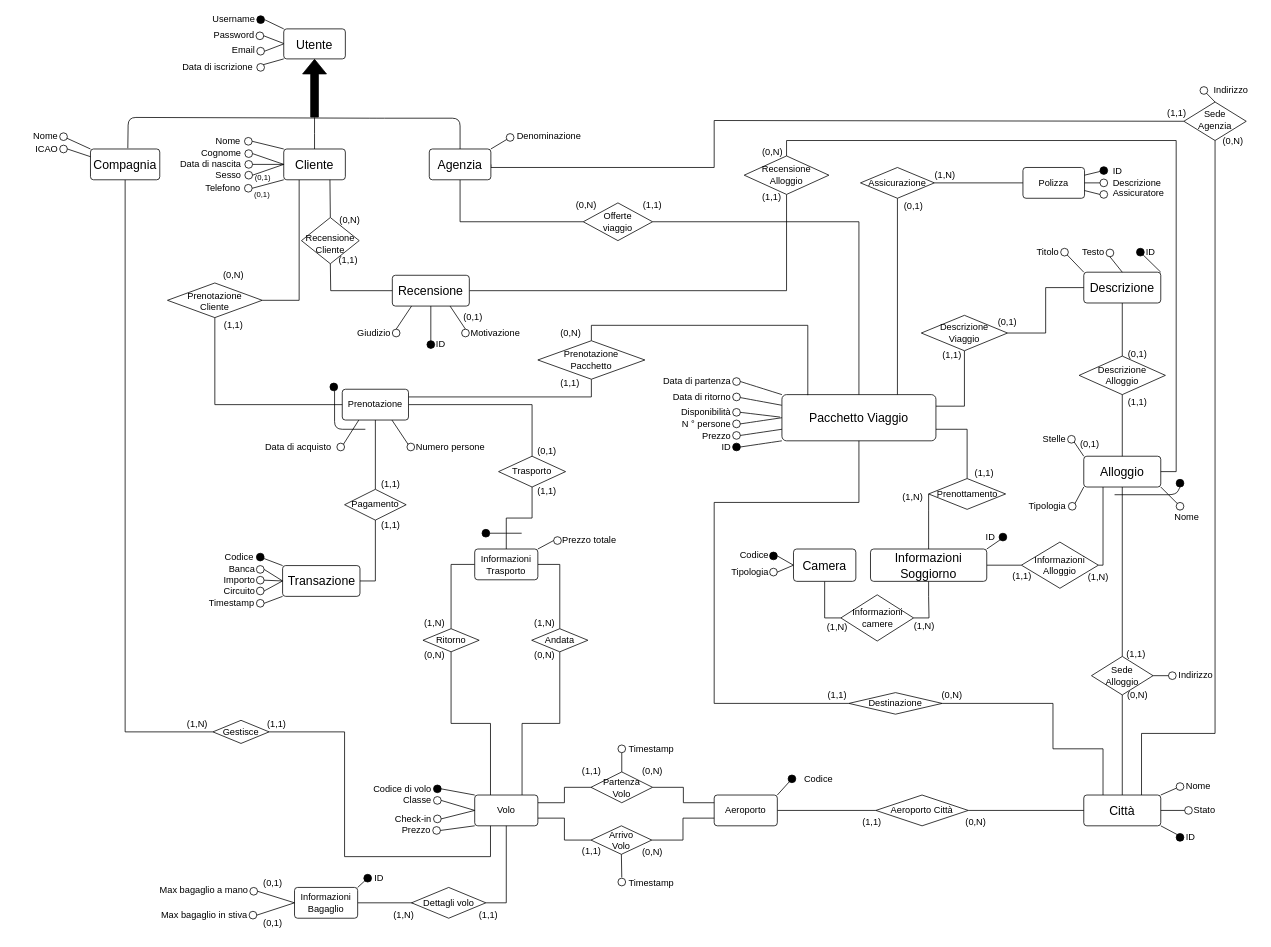
bustre/Easy-travel keeps this draw.io diagram as page "ER - Concettuale" (1 of 3) of E-R/E-R.drawio. Above is the earlier version. Source tidied: cells renumbered, new cells numbered last; positions are measured from the earlier drawing's top-left corner, leaving out a move shared by most shapes. Both pictures are drawn from the tidied source at 77%, with x=0, y=0 at pixel (13, 15).
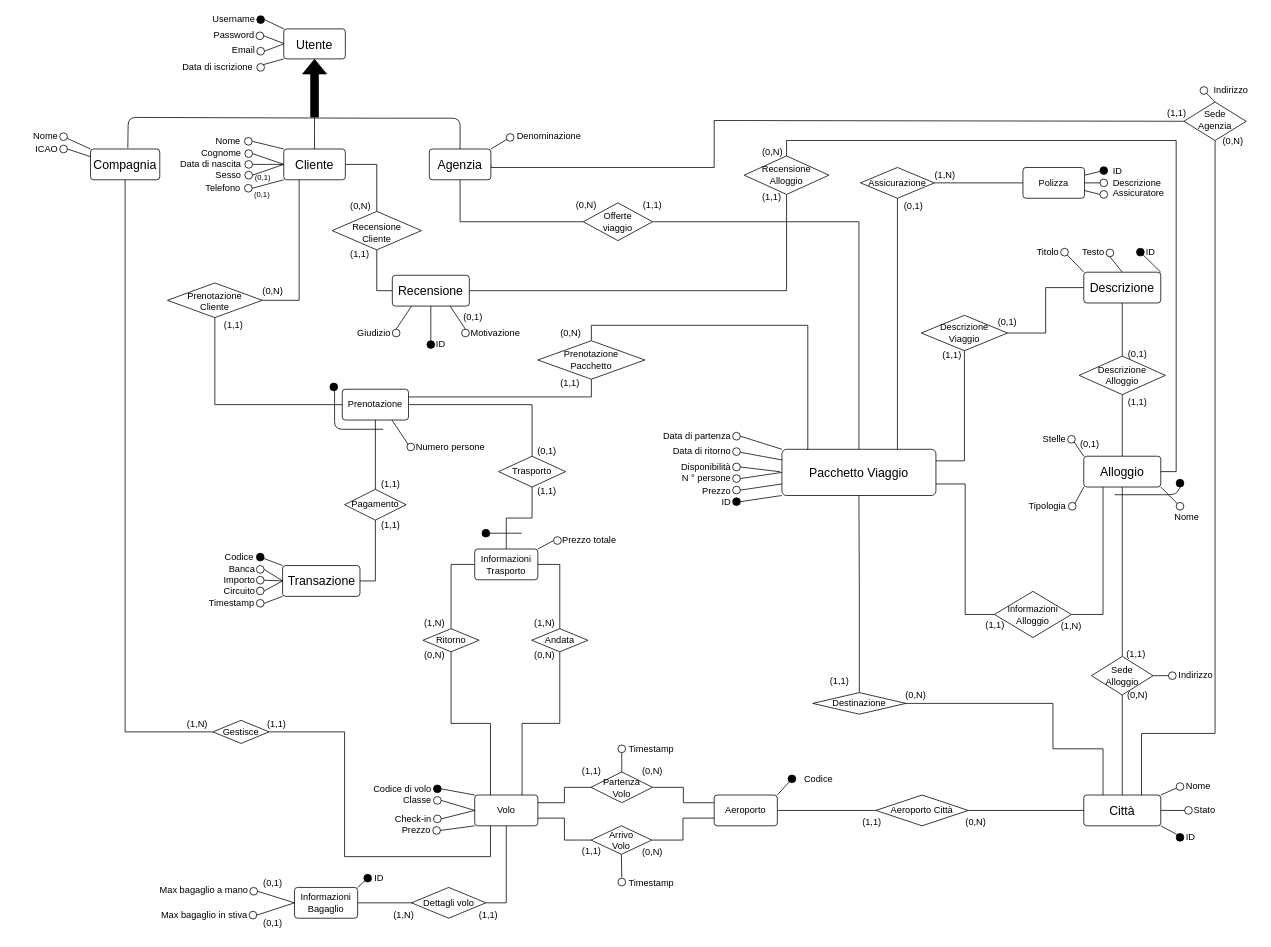
The same diagram, later.

Unchanged cells that the change refers to:
```xml
<mxCell id="26" value="Alloggio" style="rounded=1;arcSize=10;whiteSpace=wrap;align=center;fontSize=16;" parent="1" vertex="1">
  <mxGeometry x="1390" y="573" width="100" height="40" as="geometry" />
</mxCell>
<mxCell id="40" value="Cliente" style="rounded=1;arcSize=10;whiteSpace=wrap;align=center;fontSize=16;" parent="1" vertex="1">
  <mxGeometry x="351" y="174" width="80" height="40" as="geometry" />
</mxCell>
<mxCell id="72" value="Recensione" style="rounded=1;arcSize=10;whiteSpace=wrap;align=center;fontSize=16;" parent="1" vertex="1">
  <mxGeometry x="492" y="338" width="100" height="40" as="geometry" />
</mxCell>
<mxCell id="85" value="Prenotazione" style="rounded=1;arcSize=10;whiteSpace=wrap;align=center;" parent="1" vertex="1">
  <mxGeometry x="427" y="486" width="86" height="40" as="geometry" />
</mxCell>
```

What changed in the source:
```diff
@@
-    <mxCell id="3" style="edgeStyle=orthogonalEdgeStyle;rounded=0;jettySize=auto;exitX=1;exitY=0.75;exitDx=0;exitDy=0;endArrow=none;endFill=0;" parent="1" edge="1" source="4" target="212">
+    <mxCell id="3" style="edgeStyle=orthogonalEdgeStyle;rounded=0;jettySize=auto;exitX=1;exitY=0.75;exitDx=0;exitDy=0;endArrow=none;endFill=0;entryX=0;entryY=0.5;entryDx=0;entryDy=0;" parent="1" edge="1" source="4" target="216">
       <mxGeometry relative="1" as="geometry" />
     </mxCell>
     <mxCell id="4" value="Pacchetto Viaggio" style="rounded=1;arcSize=10;whiteSpace=wrap;align=center;fontSize=16;" parent="1" vertex="1">
-      <mxGeometry x="998" y="493" width="200" height="60" as="geometry" />
+      <mxGeometry x="998" y="564" width="200" height="60" as="geometry" />
     </mxCell>
@@
     <mxCell id="6" style="ellipse;whiteSpace=wrap;fontSize=12;labelBackgroundColor=#000000;fillColor=#000000;" parent="1" vertex="1">
-      <mxGeometry x="934" y="556" width="10" height="10" as="geometry" />
+      <mxGeometry x="934" y="627" width="10" height="10" as="geometry" />
     </mxCell>
     <mxCell id="7" value="ID" style="text;strokeColor=none;fillColor=none;align=right;verticalAlign=middle;whiteSpace=wrap;rounded=0;fontSize=12;" parent="1" vertex="1">
-      <mxGeometry x="824" y="557" width="110" height="10" as="geometry" />
+      <mxGeometry x="824" y="628" width="110" height="10" as="geometry" />
     </mxCell>
     <mxCell id="8" style="ellipse;whiteSpace=wrap;fontSize=12;" parent="1" vertex="1">
-      <mxGeometry x="934" y="541" width="10" height="10" as="geometry" />
+      <mxGeometry x="934" y="612" width="10" height="10" as="geometry" />
     </mxCell>
     <mxCell id="9" value="Prezzo" style="text;strokeColor=none;fillColor=none;align=right;verticalAlign=middle;whiteSpace=wrap;rounded=0;fontSize=12;" parent="1" vertex="1">
-      <mxGeometry x="824" y="542" width="110" height="10" as="geometry" />
+      <mxGeometry x="824" y="613" width="110" height="10" as="geometry" />
     </mxCell>
     <mxCell id="10" style="ellipse;whiteSpace=wrap;fontSize=12;" parent="1" vertex="1">
-      <mxGeometry x="934" y="511" width="10" height="10" as="geometry" />
+      <mxGeometry x="934" y="582" width="10" height="10" as="geometry" />
     </mxCell>
     <mxCell id="11" value="Disponibilità" style="text;strokeColor=none;fillColor=none;align=right;verticalAlign=middle;whiteSpace=wrap;rounded=0;fontSize=12;" parent="1" vertex="1">
-      <mxGeometry x="824" y="511" width="110" height="10" as="geometry" />
+      <mxGeometry x="824" y="582" width="110" height="10" as="geometry" />
     </mxCell>
     <mxCell id="12" style="ellipse;whiteSpace=wrap;fontSize=12;" parent="1" vertex="1">
-      <mxGeometry x="934" y="491" width="10" height="10" as="geometry" />
+      <mxGeometry x="934" y="562" width="10" height="10" as="geometry" />
     </mxCell>
     <mxCell id="13" value="Data di ritorno" style="text;strokeColor=none;fillColor=none;align=right;verticalAlign=middle;whiteSpace=wrap;rounded=0;fontSize=12;" parent="1" vertex="1">
-      <mxGeometry x="824" y="491" width="110" height="10" as="geometry" />
+      <mxGeometry x="824" y="562" width="110" height="10" as="geometry" />
     </mxCell>
     <mxCell id="14" style="ellipse;whiteSpace=wrap;fontSize=12;" parent="1" vertex="1">
-      <mxGeometry x="934" y="471" width="10" height="10" as="geometry" />
+      <mxGeometry x="934" y="542" width="10" height="10" as="geometry" />
     </mxCell>
     <mxCell id="15" value="Data di partenza" style="text;strokeColor=none;fillColor=none;align=right;verticalAlign=middle;whiteSpace=wrap;rounded=0;fontSize=12;" parent="1" vertex="1">
-      <mxGeometry x="824" y="471" width="110" height="10" as="geometry" />
+      <mxGeometry x="824" y="542" width="110" height="10" as="geometry" />
     </mxCell>
@@
     <mxCell id="20" style="ellipse;whiteSpace=wrap;fontSize=12;" parent="1" vertex="1">
-      <mxGeometry x="934" y="526" width="10" height="10" as="geometry" />
+      <mxGeometry x="934" y="597" width="10" height="10" as="geometry" />
     </mxCell>
     <mxCell id="21" value="N ° persone" style="text;strokeColor=none;fillColor=none;align=right;verticalAlign=middle;whiteSpace=wrap;rounded=0;fontSize=12;" parent="1" vertex="1">
-      <mxGeometry x="824" y="526" width="110" height="10" as="geometry" />
+      <mxGeometry x="824" y="597" width="110" height="10" as="geometry" />
     </mxCell>
@@
+    <mxCell id="329" style="edgeStyle=orthogonalEdgeStyle;rounded=0;jettySize=auto;html=1;exitX=1;exitY=0.5;exitDx=0;exitDy=0;entryX=0.5;entryY=0;entryDx=0;entryDy=0;endArrow=none;endFill=0;" parent="1" edge="1" source="40" target="70">
+      <mxGeometry relative="1" as="geometry" />
+    </mxCell>
@@
-    <mxCell id="56" style="endArrow=none;rounded=0;exitX=1;exitY=0;exitDx=0;exitDy=0;entryX=0.25;entryY=1;entryDx=0;entryDy=0;" parent="1" edge="1" source="57" target="85">
-      <mxGeometry relative="1" as="geometry" />
-    </mxCell>
-    <mxCell id="57" style="ellipse;whiteSpace=wrap;fillColor=none;" parent="1" vertex="1">
-      <mxGeometry x="420" y="556" width="10" height="10" as="geometry" />
-    </mxCell>
-    <mxCell id="58" value="Data di acquisto" style="text;strokeColor=none;fillColor=none;align=left;verticalAlign=middle;whiteSpace=wrap;rounded=0;" parent="1" vertex="1">
-      <mxGeometry x="325.2" y="556" width="100" height="10" as="geometry" />
-    </mxCell>
@@
-    <mxCell id="69" style="endArrow=none;rounded=0;entryX=0.75;entryY=1;entryDx=0;entryDy=0;exitX=0.5;exitY=0;exitDx=0;exitDy=0;" parent="1" edge="1" source="70" target="40">
-      <mxGeometry relative="1" as="geometry" />
-    </mxCell>
+    <mxCell id="330" style="edgeStyle=orthogonalEdgeStyle;rounded=0;jettySize=auto;html=1;exitX=0.5;exitY=1;exitDx=0;exitDy=0;entryX=0;entryY=0.5;entryDx=0;entryDy=0;endArrow=none;endFill=0;" parent="1" edge="1" source="70" target="72">
+      <mxGeometry relative="1" as="geometry" />
+    </mxCell>
-    <mxCell id="70" value="Recensione&#10;Cliente" style="shape=rhombus;perimeter=rhombusPerimeter;whiteSpace=wrap;align=center;fontSize=12;spacingTop=8;" parent="1" vertex="1">
-      <mxGeometry x="374" y="263" width="75" height="60" as="geometry" />
+    <mxCell id="70" value="Recensione&#10;Cliente" style="shape=rhombus;perimeter=rhombusPerimeter;whiteSpace=wrap;align=center;fontSize=12;spacingTop=5;" parent="1" vertex="1">
+      <mxGeometry x="413.8" y="255" width="116" height="50" as="geometry" />
     </mxCell>
@@
-    <mxCell id="75" style="endArrow=none;rounded=0;exitX=0;exitY=0.5;exitDx=0;exitDy=0;entryX=0.5;entryY=1;entryDx=0;entryDy=0;" parent="1" edge="1" source="72" target="70">
-      <mxGeometry relative="1" as="geometry">
-        <Array as="points">
-          <mxPoint x="412" y="358" />
-        </Array>
-      </mxGeometry>
-    </mxCell>
@@
     <mxCell id="114" value="(0,N)" style="text;strokeColor=none;fillColor=none;align=center;verticalAlign=middle;whiteSpace=wrap;rounded=0;" parent="1" vertex="1">
-      <mxGeometry x="407" y="251" width="60" height="30" as="geometry" />
+      <mxGeometry x="421" y="233" width="60" height="30" as="geometry" />
     </mxCell>
     <mxCell id="115" value="(1,1)" style="text;strokeColor=none;fillColor=none;align=center;verticalAlign=middle;whiteSpace=wrap;rounded=0;" parent="1" vertex="1">
-      <mxGeometry x="405" y="304" width="60" height="30" as="geometry" />
+      <mxGeometry x="420" y="296" width="60" height="30" as="geometry" />
     </mxCell>
@@
     <mxCell id="126" value="(0,N)" style="text;strokeColor=none;fillColor=none;align=center;verticalAlign=middle;whiteSpace=wrap;rounded=0;" parent="1" vertex="1">
-      <mxGeometry x="256" y="323" width="60" height="30" as="geometry" />
+      <mxGeometry x="307" y="344" width="60" height="30" as="geometry" />
     </mxCell>
@@
-    <mxCell id="187" value="Codice" style="text;strokeColor=none;fillColor=none;align=right;verticalAlign=middle;whiteSpace=wrap;rounded=0;" parent="1" vertex="1">
-      <mxGeometry x="923" y="693.5" width="60" height="16" as="geometry" />
-    </mxCell>
@@
-    <mxCell id="197" style="ellipse;whiteSpace=wrap;fillColor=#000000;" parent="1" vertex="1">
-      <mxGeometry x="982" y="697.5" width="10" height="10" as="geometry" />
-    </mxCell>
-    <mxCell id="198" value="Tipologia" style="text;strokeColor=none;fillColor=none;align=right;verticalAlign=middle;whiteSpace=wrap;rounded=0;" parent="1" vertex="1">
-      <mxGeometry x="923" y="715.5" width="60" height="16" as="geometry" />
-    </mxCell>
@@
-    <mxCell id="203" style="rounded=0;jettySize=auto;entryX=1;entryY=0.5;entryDx=0;entryDy=0;endArrow=none;endFill=0;exitX=0;exitY=0.5;exitDx=0;exitDy=0;" parent="1" edge="1" source="206" target="197">
-      <mxGeometry relative="1" as="geometry" />
-    </mxCell>
-    <mxCell id="204" style="rounded=0;jettySize=auto;exitX=0;exitY=0.5;exitDx=0;exitDy=0;entryX=1;entryY=0.5;entryDx=0;entryDy=0;endArrow=none;endFill=0;" parent="1" edge="1" source="206" target="207">
-      <mxGeometry relative="1" as="geometry" />
-    </mxCell>
-    <mxCell id="205" style="edgeStyle=orthogonalEdgeStyle;rounded=0;jettySize=auto;exitX=0.5;exitY=1;exitDx=0;exitDy=0;entryX=0;entryY=0.5;entryDx=0;entryDy=0;endArrow=none;endFill=0;" parent="1" edge="1" source="206" target="214">
-      <mxGeometry relative="1" as="geometry" />
-    </mxCell>
-    <mxCell id="206" value="Camera" style="rounded=1;arcSize=10;whiteSpace=wrap;align=center;fontSize=16;" parent="1" vertex="1">
-      <mxGeometry x="1013" y="693.5" width="81" height="42" as="geometry" />
-    </mxCell>
-    <mxCell id="207" style="ellipse;whiteSpace=wrap;fillColor=none;" parent="1" vertex="1">
-      <mxGeometry x="982" y="718.5" width="10" height="10" as="geometry" />
-    </mxCell>
-    <mxCell id="208" style="edgeStyle=orthogonalEdgeStyle;rounded=0;jettySize=auto;exitX=1;exitY=0.5;exitDx=0;exitDy=0;entryX=0;entryY=0.5;entryDx=0;entryDy=0;endArrow=none;endFill=0;" parent="1" edge="1" source="210" target="216">
-      <mxGeometry relative="1" as="geometry" />
-    </mxCell>
-    <mxCell id="209" style="edgeStyle=orthogonalEdgeStyle;rounded=0;jettySize=auto;html=1;exitX=0.5;exitY=1;exitDx=0;exitDy=0;entryX=1;entryY=0.5;entryDx=0;entryDy=0;endArrow=none;endFill=0;" parent="1" edge="1" source="210" target="214">
-      <mxGeometry relative="1" as="geometry" />
-    </mxCell>
-    <mxCell id="210" value="Informazioni&#10;Soggiorno" style="rounded=1;arcSize=10;whiteSpace=wrap;align=center;fontSize=16;" parent="1" vertex="1">
-      <mxGeometry x="1113" y="693.5" width="151" height="42" as="geometry" />
-    </mxCell>
-    <mxCell id="211" style="edgeStyle=orthogonalEdgeStyle;rounded=0;jettySize=auto;exitX=0;exitY=0.5;exitDx=0;exitDy=0;endArrow=none;endFill=0;" parent="1" edge="1" source="212" target="210">
-      <mxGeometry relative="1" as="geometry">
-        <Array as="points">
-          <mxPoint x="1189" y="643" />
-          <mxPoint x="1189" y="643" />
-        </Array>
-      </mxGeometry>
-    </mxCell>
-    <mxCell id="212" value="Prenottamento" style="shape=rhombus;perimeter=rhombusPerimeter;whiteSpace=wrap;align=center;" parent="1" vertex="1">
-      <mxGeometry x="1188.5" y="602" width="100" height="40" as="geometry" />
-    </mxCell>
@@
-    <mxCell id="214" value="Informazioni&#10;camere" style="shape=rhombus;perimeter=rhombusPerimeter;whiteSpace=wrap;align=center;fontSize=12;" parent="1" vertex="1">
-      <mxGeometry x="1074.5" y="753" width="94.5" height="60" as="geometry" />
-    </mxCell>
     <mxCell id="215" style="edgeStyle=orthogonalEdgeStyle;rounded=0;jettySize=auto;exitX=1;exitY=0.5;exitDx=0;exitDy=0;entryX=0.25;entryY=1;entryDx=0;entryDy=0;endArrow=none;endFill=0;" parent="1" edge="1" source="216" target="26">
-      <mxGeometry relative="1" as="geometry">
-        <Array as="points">
-          <mxPoint x="1415" y="715" />
-        </Array>
-      </mxGeometry>
+      <mxGeometry relative="1" as="geometry" />
     </mxCell>
     <mxCell id="216" value="Informazioni&#10;Alloggio" style="shape=rhombus;perimeter=rhombusPerimeter;whiteSpace=wrap;align=center;" parent="1" vertex="1">
-      <mxGeometry x="1309" y="684.5" width="100" height="60" as="geometry" />
+      <mxGeometry x="1274" y="748.5" width="100" height="60" as="geometry" />
     </mxCell>
-    <mxCell id="217" value="(1,N)" style="text;strokeColor=none;fillColor=none;align=center;verticalAlign=middle;whiteSpace=wrap;rounded=0;fontSize=12;fontColor=default;" parent="1" vertex="1">
-      <mxGeometry x="1162" y="787" width="42" height="14" as="geometry" />
-    </mxCell>
-    <mxCell id="218" value="(1,N)" style="text;strokeColor=none;fillColor=none;align=center;verticalAlign=middle;whiteSpace=wrap;rounded=0;fontSize=12;fontColor=default;" parent="1" vertex="1">
-      <mxGeometry x="1049" y="787.5" width="42" height="14" as="geometry" />
-    </mxCell>
     <mxCell id="219" value="(1,1)" style="text;strokeColor=none;fillColor=none;align=center;verticalAlign=middle;whiteSpace=wrap;rounded=0;fontSize=12;fontColor=#000000;" parent="1" vertex="1">
-      <mxGeometry x="1289" y="721.5" width="42" height="14" as="geometry" />
+      <mxGeometry x="1254" y="785.5" width="42" height="14" as="geometry" />
     </mxCell>
     <mxCell id="220" value="(1,N)" style="text;strokeColor=none;fillColor=none;align=center;verticalAlign=middle;whiteSpace=wrap;rounded=0;fontSize=12;fontColor=default;" parent="1" vertex="1">
-      <mxGeometry x="1388" y="723" width="42" height="14" as="geometry" />
+      <mxGeometry x="1353" y="787" width="42" height="14" as="geometry" />
     </mxCell>
-    <mxCell id="221" value="(1,N)" style="text;strokeColor=none;fillColor=none;align=center;verticalAlign=middle;whiteSpace=wrap;rounded=0;fontSize=12;fontColor=#000000;" parent="1" vertex="1">
-      <mxGeometry x="1147" y="619" width="42" height="14" as="geometry" />
-    </mxCell>
-    <mxCell id="222" value="(1,1)" style="text;strokeColor=none;fillColor=none;align=center;verticalAlign=middle;whiteSpace=wrap;rounded=0;fontSize=12;fontColor=#000000;" parent="1" vertex="1">
-      <mxGeometry x="1240" y="588" width="42" height="14" as="geometry" />
-    </mxCell>
     <mxCell id="223" style="endArrow=none;rounded=1;" parent="1" edge="1">
       <mxGeometry relative="1" as="geometry">
-        <mxPoint x="457" y="538" as="sourcePoint" />
+        <mxPoint x="480" y="538" as="sourcePoint" />
         <mxPoint x="417" y="488" as="targetPoint" />
         <Array as="points">
           <mxPoint x="417" y="538" />
         </Array>
       </mxGeometry>
     </mxCell>
     <mxCell id="224" value="(0,N)" style="text;strokeColor=none;fillColor=none;align=center;verticalAlign=middle;whiteSpace=wrap;rounded=0;fontSize=12;" parent="1" vertex="1">
-      <mxGeometry x="1189" y="869" width="60" height="30" as="geometry" />
+      <mxGeometry x="1142" y="869" width="60" height="30" as="geometry" />
     </mxCell>
     <mxCell id="225" value="(1,1)" style="text;strokeColor=none;fillColor=none;align=center;verticalAlign=middle;whiteSpace=wrap;rounded=0;fontSize=12;" parent="1" vertex="1">
-      <mxGeometry x="1040" y="868" width="60" height="30" as="geometry" />
+      <mxGeometry x="1043" y="850" width="60" height="30" as="geometry" />
     </mxCell>
@@
-    <mxCell id="227" style="edgeStyle=orthogonalEdgeStyle;rounded=0;jettySize=auto;exitX=0;exitY=0.5;exitDx=0;exitDy=0;endArrow=none;endFill=0;" parent="1" edge="1" source="228" target="4">
-      <mxGeometry relative="1" as="geometry">
-        <Array as="points">
-          <mxPoint x="910" y="894" />
-          <mxPoint x="910" y="633" />
-          <mxPoint x="1098" y="633" />
-        </Array>
-      </mxGeometry>
+    <mxCell id="227" style="edgeStyle=orthogonalEdgeStyle;rounded=0;jettySize=auto;endArrow=none;endFill=0;exitX=0.5;exitY=0;exitDx=0;exitDy=0;" parent="1" edge="1" source="228" target="4">
+      <mxGeometry relative="1" as="geometry" />
     </mxCell>
     <mxCell id="228" value="Destinazione" style="shape=rhombus;perimeter=rhombusPerimeter;whiteSpace=wrap;align=center;fontSize=12;" parent="1" vertex="1">
-      <mxGeometry x="1085" y="880" width="121" height="28" as="geometry" />
+      <mxGeometry x="1038" y="880" width="121" height="28" as="geometry" />
     </mxCell>
@@
-    <mxCell id="326" style="rounded=0;jettySize=auto;html=1;exitX=1;exitY=0;exitDx=0;exitDy=0;entryX=0;entryY=1;entryDx=0;entryDy=0;endArrow=none;endFill=0;" parent="1" edge="1" source="210" target="327">
-      <mxGeometry relative="1" as="geometry" />
-    </mxCell>
-    <mxCell id="327" style="ellipse;whiteSpace=wrap;fillColor=#000000;" parent="1" vertex="1">
-      <mxGeometry x="1280" y="673" width="10" height="10" as="geometry" />
-    </mxCell>
-    <mxCell id="328" value="ID" style="text;strokeColor=none;fillColor=none;align=center;verticalAlign=middle;whiteSpace=wrap;rounded=0;fontSize=12;fontColor=#000000;" parent="1" vertex="1">
-      <mxGeometry x="1248" y="671" width="42" height="14" as="geometry" />
-    </mxCell>
```
